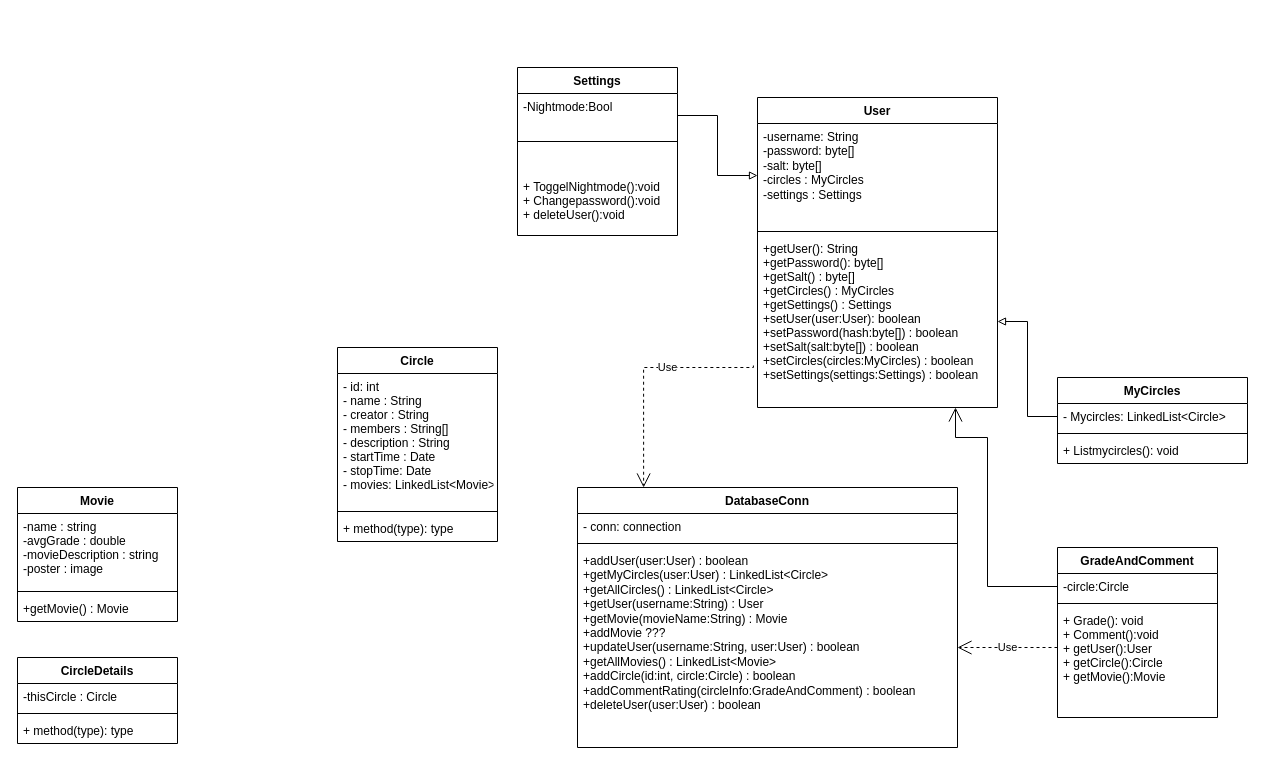
Before: Diagrams/UML.drawio in johanbergfalk/DAT055_circles, a draw.io diagram. Source tidied: cells renumbered, new cells numbered last; positions are measured from the earlier drawing's top-left corner, leaving out a move shared by most shapes. Both pictures are drawn from the tidied source at 100%, with x=0, y=0 at pixel (17, 67).
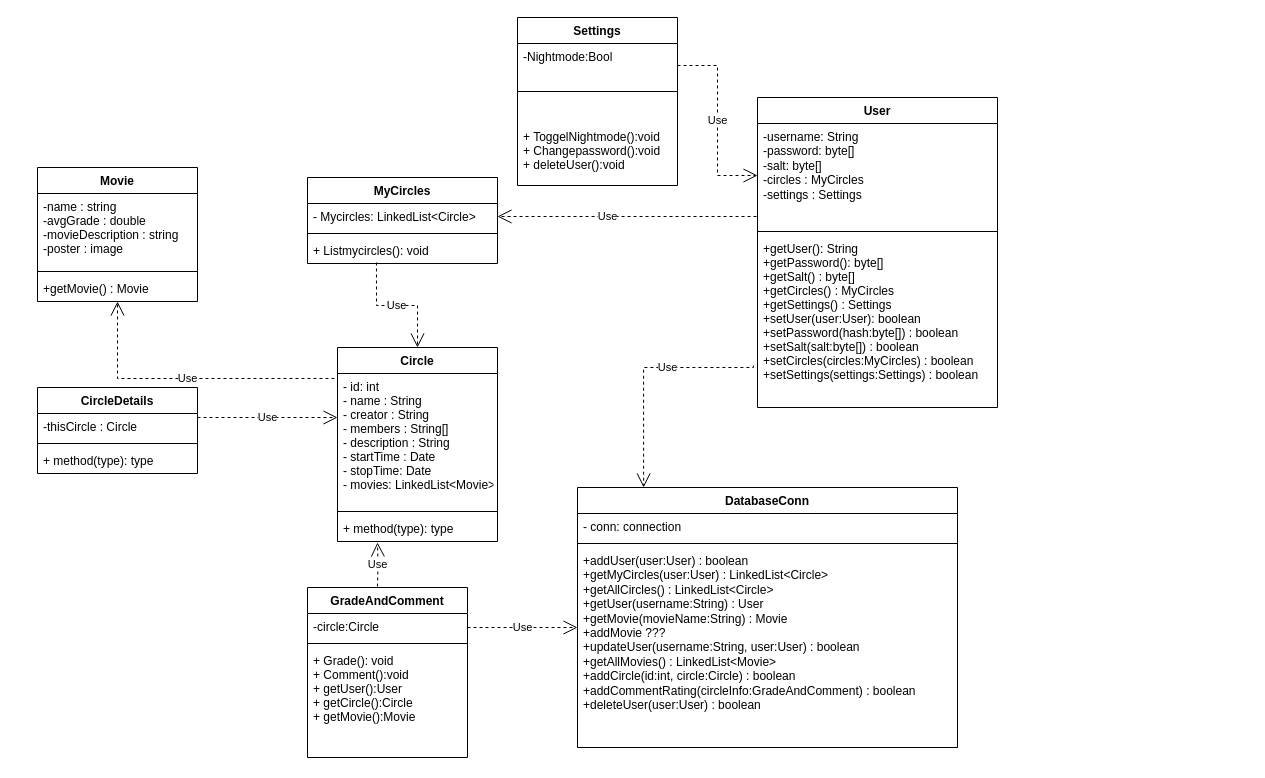
The same diagram, later.

Unchanged cells that the change refers to:
```xml
<mxCell id="6" value="Circle" style="swimlane;fontStyle=1;align=center;verticalAlign=top;horizontal=1;startSize=26;" parent="1" vertex="1">
  <mxGeometry x="320" y="280" width="160" height="194" as="geometry" />
</mxCell>
<mxCell id="7" value="- id: int&#10;- name : String&#10;- creator : String&#10;- members : String[]&#10;- description : String&#10;- startTime : Date&#10;- stopTime: Date&#10;- movies: LinkedList&lt;Movie&gt;&#10;" style="text;strokeColor=none;fillColor=none;align=left;verticalAlign=top;spacingLeft=4;spacingRight=4;overflow=hidden;points=[[0,0.5],[1,0.5]];portConstraint=eastwest;" parent="6" vertex="1">
  <mxGeometry y="26" width="160" height="134" as="geometry" />
</mxCell>
<mxCell id="9" value="+ method(type): type" style="text;strokeColor=none;fillColor=none;align=left;verticalAlign=top;spacingLeft=4;spacingRight=4;overflow=hidden;points=[[0,0.5],[1,0.5]];portConstraint=eastwest;" parent="6" vertex="1">
  <mxGeometry y="168" width="160" height="26" as="geometry" />
</mxCell>
<mxCell id="11" value="- Mycircles: LinkedList&lt;Circle&gt; " style="text;strokeColor=none;fillColor=none;align=left;verticalAlign=top;spacingLeft=4;spacingRight=4;overflow=hidden;points=[[0,0.5],[1,0.5]];portConstraint=eastwest;" parent="10" vertex="1">
  <mxGeometry y="26" width="190" height="26" as="geometry" />
</mxCell>
<mxCell id="13" value="+ Listmycircles(): void" style="text;strokeColor=none;fillColor=none;align=left;verticalAlign=top;spacingLeft=4;spacingRight=4;overflow=hidden;points=[[0,0.5],[1,0.5]];portConstraint=eastwest;" parent="10" vertex="1">
  <mxGeometry y="60" width="190" height="26" as="geometry" />
</mxCell>
<mxCell id="23" value="-circle:Circle" style="text;strokeColor=none;fillColor=none;align=left;verticalAlign=top;spacingLeft=4;spacingRight=4;overflow=hidden;points=[[0,0.5],[1,0.5]];portConstraint=eastwest;" parent="22" vertex="1">
  <mxGeometry y="26" width="160" height="26" as="geometry" />
</mxCell>
<mxCell id="27" value="-Nightmode:Bool&#10;" style="text;strokeColor=none;fillColor=none;align=left;verticalAlign=top;spacingLeft=4;spacingRight=4;overflow=hidden;points=[[0,0.5],[1,0.5]];portConstraint=eastwest;" parent="26" vertex="1">
  <mxGeometry y="26" width="160" height="44" as="geometry" />
</mxCell>
<mxCell id="31" value="-username: String&#10;-password: byte[]&#10;-salt: byte[]&#10;-circles : MyCircles&#10;-settings : Settings" style="text;strokeColor=none;fillColor=none;align=left;verticalAlign=top;spacingLeft=4;spacingRight=4;overflow=hidden;points=[[0,0.5],[1,0.5]];portConstraint=eastwest;whiteSpace=wrap;" parent="30" vertex="1">
  <mxGeometry y="26" width="240" height="104" as="geometry" />
</mxCell>
<mxCell id="33" value="+getUser(): String&#10;+getPassword(): byte[]&#10;+getSalt() : byte[]&#10;+getCircles() : MyCircles&#10;+getSettings() : Settings&#10;+setUser(user:User): boolean&#10;+setPassword(hash:byte[]) : boolean&#10;+setSalt(salt:byte[]) : boolean&#10;+setCircles(circles:MyCircles) : boolean&#10;+setSettings(settings:Settings) : boolean&#10;" style="text;strokeColor=none;fillColor=none;align=left;verticalAlign=top;spacingLeft=4;spacingRight=4;overflow=hidden;points=[[0,0.5],[1,0.5]];portConstraint=eastwest;" parent="30" vertex="1">
  <mxGeometry y="138" width="240" height="172" as="geometry" />
</mxCell>
```

Change to the diagram source:
```diff
@@
     <mxCell id="10" value="MyCircles" style="swimlane;fontStyle=1;align=center;verticalAlign=top;horizontal=1;startSize=26;" parent="1" vertex="1">
-      <mxGeometry x="1040" y="310" width="190" height="86" as="geometry" />
+      <mxGeometry x="290" y="110" width="190" height="86" as="geometry" />
     </mxCell>
@@
     <mxCell id="14" value="Movie" style="swimlane;fontStyle=1;align=center;verticalAlign=top;horizontal=1;startSize=26;" parent="1" vertex="1">
-      <mxGeometry y="420" width="160" height="134" as="geometry" />
+      <mxGeometry x="20" y="100" width="160" height="134" as="geometry" />
     </mxCell>
@@
     <mxCell id="18" value="CircleDetails" style="swimlane;fontStyle=1;align=center;verticalAlign=top;horizontal=1;startSize=26;" parent="1" vertex="1">
-      <mxGeometry y="590" width="160" height="86" as="geometry" />
+      <mxGeometry x="20" y="320" width="160" height="86" as="geometry" />
     </mxCell>
@@
     <mxCell id="22" value="GradeAndComment" style="swimlane;fontStyle=1;align=center;verticalAlign=top;horizontal=1;startSize=26;" parent="1" vertex="1">
-      <mxGeometry x="1040" y="480" width="160" height="170" as="geometry" />
+      <mxGeometry x="290" y="520" width="160" height="170" as="geometry" />
     </mxCell>
+    <mxCell id="39" value="Use" style="endArrow=open;endSize=12;dashed=1;html=1;rounded=0;edgeStyle=orthogonalEdgeStyle;entryX=0.25;entryY=1.038;entryDx=0;entryDy=0;entryPerimeter=0;" parent="22" edge="1" target="9">
+      <mxGeometry relative="1" as="geometry">
+        <mxPoint x="70" y="-1" as="sourcePoint" />
+      </mxGeometry>
+    </mxCell>
@@
     <mxCell id="26" value="Settings" style="swimlane;fontStyle=1;align=center;verticalAlign=top;horizontal=1;startSize=26;" parent="1" vertex="1">
-      <mxGeometry x="500" width="160" height="168" as="geometry" />
+      <mxGeometry x="500" y="-50" width="160" height="168" as="geometry" />
     </mxCell>
@@
-    <mxCell id="35" value="Use" style="endArrow=open;endSize=12;dashed=1;html=1;rounded=0;edgeStyle=orthogonalEdgeStyle;" parent="1" edge="1">
-      <mxGeometry relative="1" as="geometry">
-        <mxPoint x="1040" y="580" as="sourcePoint" />
-        <mxPoint x="940" y="580" as="targetPoint" />
-      </mxGeometry>
-    </mxCell>
-    <mxCell id="36" style="edgeStyle=orthogonalEdgeStyle;rounded=0;jettySize=auto;html=1;endArrow=block;endFill=0;" parent="1" edge="1" source="11" target="33">
-      <mxGeometry relative="1" as="geometry" />
-    </mxCell>
-    <mxCell id="37" style="edgeStyle=orthogonalEdgeStyle;rounded=0;jettySize=auto;html=1;endArrow=block;endFill=0;" parent="1" edge="1" source="27" target="31">
+    <mxCell id="37" value="Use" style="endArrow=open;endSize=12;dashed=1;html=1;rounded=0;edgeStyle=orthogonalEdgeStyle;exitX=1;exitY=0.5;exitDx=0;exitDy=0;entryX=0;entryY=0.5;entryDx=0;entryDy=0;" parent="1" edge="1" source="27" target="31">
       <mxGeometry relative="1" as="geometry" />
     </mxCell>
-    <mxCell id="38" style="endArrow=open;endFill=1;endSize=12;html=1;rounded=0;edgeStyle=orthogonalEdgeStyle;exitX=0;exitY=0.5;exitDx=0;exitDy=0;" parent="1" edge="1" source="23">
-      <mxGeometry relative="1" as="geometry">
-        <mxPoint x="938" y="340" as="targetPoint" />
-        <Array as="points">
-          <mxPoint x="970" y="519" />
-          <mxPoint x="970" y="370" />
-          <mxPoint x="938" y="370" />
-        </Array>
-      </mxGeometry>
-    </mxCell>
+    <mxCell id="40" value="Use" style="endArrow=open;endSize=12;dashed=1;html=1;rounded=0;edgeStyle=orthogonalEdgeStyle;exitX=0;exitY=0.788;exitDx=0;exitDy=0;exitPerimeter=0;entryX=1;entryY=0.5;entryDx=0;entryDy=0;" parent="1" edge="1" source="31" target="11">
+      <mxGeometry x="0.19" relative="1" as="geometry">
+        <Array as="points">
+          <mxPoint x="740" y="149" />
+        </Array>
+      </mxGeometry>
+    </mxCell>
+    <mxCell id="41" value="Use" style="endArrow=open;endSize=12;dashed=1;html=1;rounded=0;edgeStyle=orthogonalEdgeStyle;entryX=0.5;entryY=0;entryDx=0;entryDy=0;exitX=0.363;exitY=0.962;exitDx=0;exitDy=0;exitPerimeter=0;" parent="1" edge="1" source="13" target="6">
+      <mxGeometry relative="1" as="geometry" />
+    </mxCell>
+    <mxCell id="42" value="Use" style="endArrow=open;endSize=12;dashed=1;html=1;rounded=0;edgeStyle=orthogonalEdgeStyle;" parent="1" edge="1">
+      <mxGeometry relative="1" as="geometry">
+        <mxPoint x="450" y="560" as="sourcePoint" />
+        <mxPoint x="560" y="560" as="targetPoint" />
+      </mxGeometry>
+    </mxCell>
+    <mxCell id="43" value="Use" style="endArrow=open;endSize=12;dashed=1;html=1;rounded=0;edgeStyle=orthogonalEdgeStyle;" parent="1" edge="1">
+      <mxGeometry relative="1" as="geometry">
+        <mxPoint x="180" y="350" as="sourcePoint" />
+        <mxPoint x="320" y="350" as="targetPoint" />
+      </mxGeometry>
+    </mxCell>
+    <mxCell id="44" value="Use" style="endArrow=open;endSize=12;dashed=1;html=1;rounded=0;edgeStyle=orthogonalEdgeStyle;exitX=-0.019;exitY=0.037;exitDx=0;exitDy=0;exitPerimeter=0;" parent="1" edge="1" source="7" target="14">
+      <mxGeometry relative="1" as="geometry" />
+    </mxCell>
```
